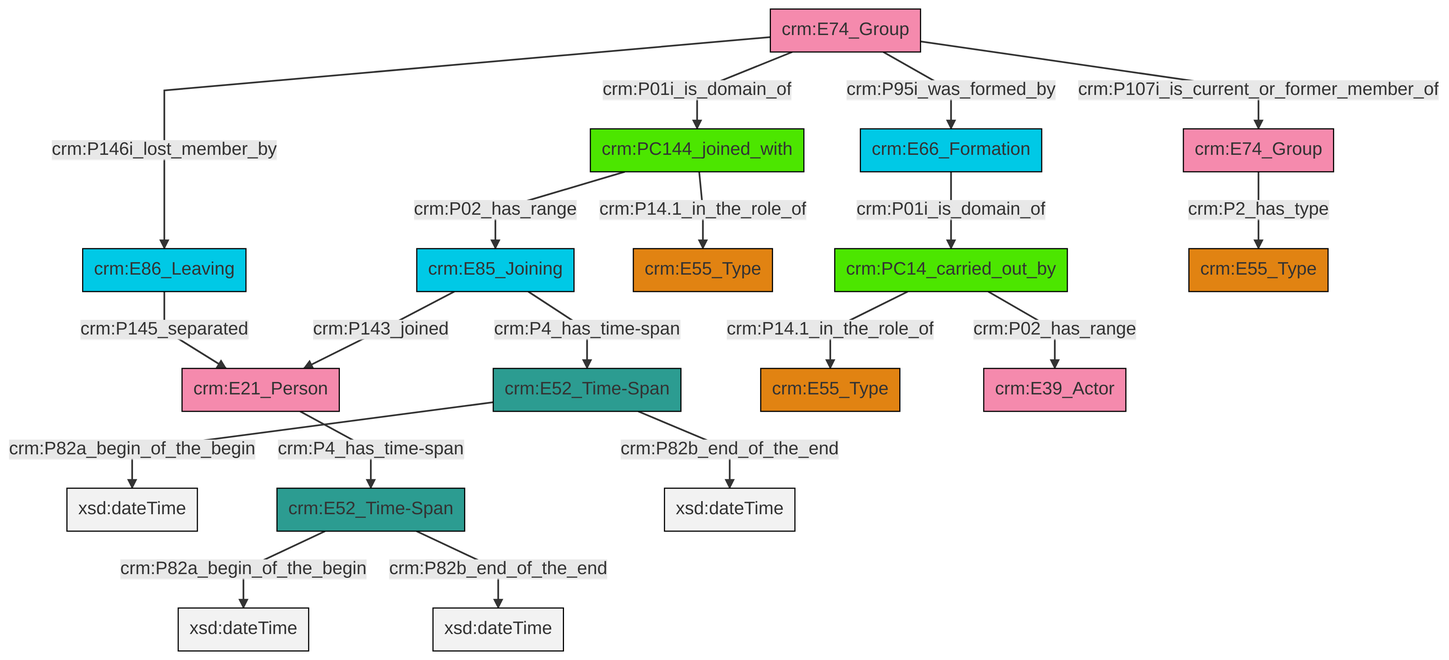
swiss-art-research-net/docs.swissartresearch keeps this Mermaid diagram as et/groupCSV/ttl/mmd/png/group_actor_relations.png. Above is the earlier version. Its source is kept beside it as et/groupCSV/ttl/mmd/group_actor_relations.ttl.mmd.
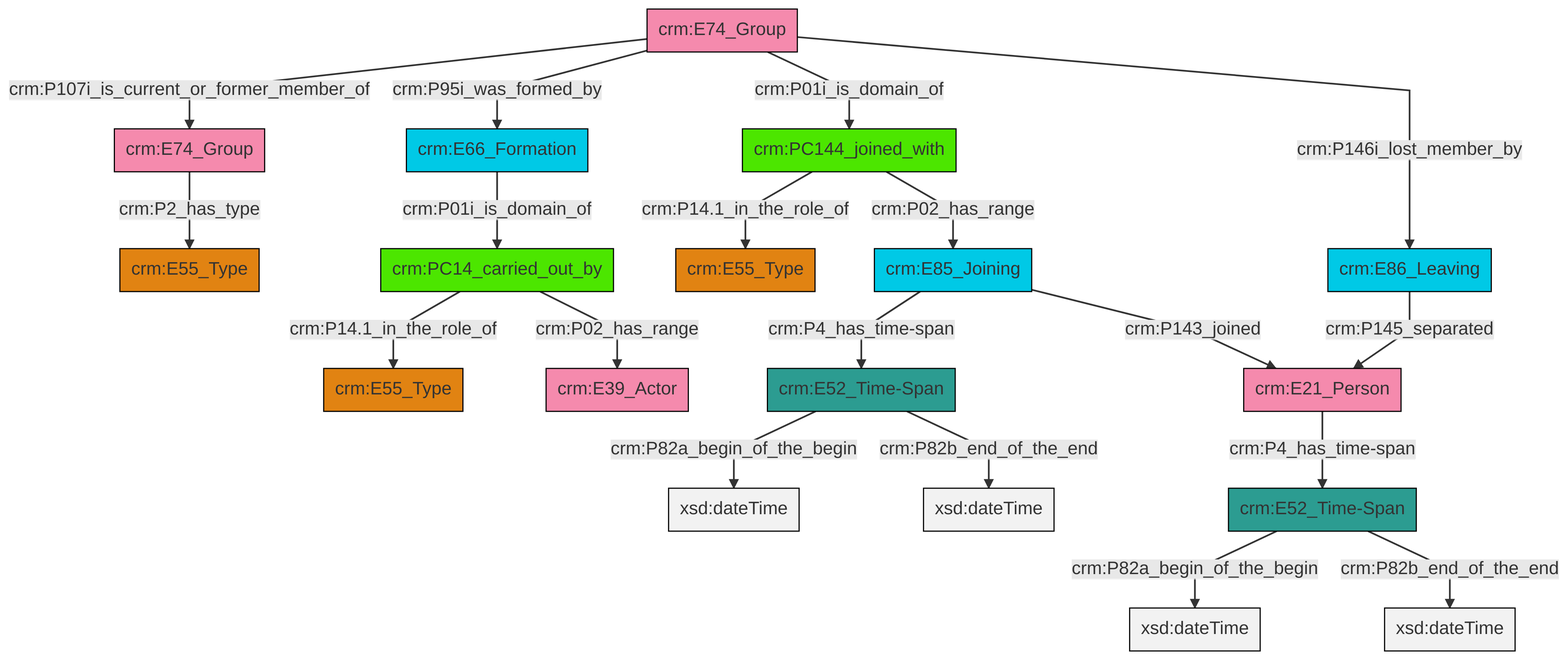
Later version of the same file.

Diff of the diagram source:
```diff
@@ -13,21 +13,21 @@
 classDef PC_Classes fill:#4ce600, stroke:#000000;
 classDef Multi fill:#cccccc,stroke:#000000;
 
-2["crm:E74_Group"]:::Actor -->|crm:P146i_lost_member_by| 3["crm:E86_Leaving"]:::Temporal_Entity
-4["crm:E85_Joining"]:::Temporal_Entity -->|crm:P143_joined| 5["crm:E21_Person"]:::Actor
-12["crm:E74_Group"]:::Actor -->|crm:P2_has_type| 13["crm:E55_Type"]:::Type
-10["crm:PC14_carried_out_by"]:::PC_Classes -->|crm:P02_has_range| 14["crm:E39_Actor"]:::Actor
-3["crm:E86_Leaving"]:::Temporal_Entity -->|crm:P145_separated| 5["crm:E21_Person"]:::Actor
-2["crm:E74_Group"]:::Actor -->|crm:P95i_was_formed_by| 16["crm:E66_Formation"]:::Temporal_Entity
-0["crm:E52_Time-Span"]:::Time-Span -->|crm:P82a_begin_of_the_begin| 21[xsd:dateTime]:::Literal
-2["crm:E74_Group"]:::Actor -->|crm:P01i_is_domain_of| 18["crm:PC144_joined_with"]:::PC_Classes
-23["crm:E52_Time-Span"]:::Time-Span -->|crm:P82a_begin_of_the_begin| 24[xsd:dateTime]:::Literal
-5["crm:E21_Person"]:::Actor -->|crm:P4_has_time-span| 23["crm:E52_Time-Span"]:::Time-Span
-0["crm:E52_Time-Span"]:::Time-Span -->|crm:P82b_end_of_the_end| 25[xsd:dateTime]:::Literal
-23["crm:E52_Time-Span"]:::Time-Span -->|crm:P82b_end_of_the_end| 26[xsd:dateTime]:::Literal
-4["crm:E85_Joining"]:::Temporal_Entity -->|crm:P4_has_time-span| 0["crm:E52_Time-Span"]:::Time-Span
-2["crm:E74_Group"]:::Actor -->|crm:P107i_is_current_or_former_member_of| 12["crm:E74_Group"]:::Actor
-16["crm:E66_Formation"]:::Temporal_Entity -->|crm:P01i_is_domain_of| 10["crm:PC14_carried_out_by"]:::PC_Classes
-18["crm:PC144_joined_with"]:::PC_Classes -->|crm:P14.1_in_the_role_of| 8["crm:E55_Type"]:::Type
-10["crm:PC14_carried_out_by"]:::PC_Classes -->|crm:P14.1_in_the_role_of| 6["crm:E55_Type"]:::Type
-18["crm:PC144_joined_with"]:::PC_Classes -->|crm:P02_has_range| 4["crm:E85_Joining"]:::Temporal_Entity
+2["crm:E86_Leaving"]:::Temporal_Entity -->|crm:P145_separated| 3["crm:E21_Person"]:::Actor
+6["crm:E52_Time-Span"]:::Time-Span -->|crm:P82a_begin_of_the_begin| 7[xsd:dateTime]:::Literal
+8["crm:E66_Formation"]:::Temporal_Entity -->|crm:P01i_is_domain_of| 9["crm:PC14_carried_out_by"]:::PC_Classes
+10["crm:E85_Joining"]:::Temporal_Entity -->|crm:P4_has_time-span| 6["crm:E52_Time-Span"]:::Time-Span
+10["crm:E85_Joining"]:::Temporal_Entity -->|crm:P143_joined| 3["crm:E21_Person"]:::Actor
+0["crm:E74_Group"]:::Actor -->|crm:P107i_is_current_or_former_member_of| 19["crm:E74_Group"]:::Actor
+11["crm:PC144_joined_with"]:::PC_Classes -->|crm:P14.1_in_the_role_of| 4["crm:E55_Type"]:::Type
+19["crm:E74_Group"]:::Actor -->|crm:P2_has_type| 23["crm:E55_Type"]:::Type
+3["crm:E21_Person"]:::Actor -->|crm:P4_has_time-span| 13["crm:E52_Time-Span"]:::Time-Span
+0["crm:E74_Group"]:::Actor -->|crm:P95i_was_formed_by| 8["crm:E66_Formation"]:::Temporal_Entity
+6["crm:E52_Time-Span"]:::Time-Span -->|crm:P82b_end_of_the_end| 26[xsd:dateTime]:::Literal
+9["crm:PC14_carried_out_by"]:::PC_Classes -->|crm:P14.1_in_the_role_of| 15["crm:E55_Type"]:::Type
+13["crm:E52_Time-Span"]:::Time-Span -->|crm:P82a_begin_of_the_begin| 28[xsd:dateTime]:::Literal
+0["crm:E74_Group"]:::Actor -->|crm:P01i_is_domain_of| 11["crm:PC144_joined_with"]:::PC_Classes
+13["crm:E52_Time-Span"]:::Time-Span -->|crm:P82b_end_of_the_end| 32[xsd:dateTime]:::Literal
+9["crm:PC14_carried_out_by"]:::PC_Classes -->|crm:P02_has_range| 17["crm:E39_Actor"]:::Actor
+0["crm:E74_Group"]:::Actor -->|crm:P146i_lost_member_by| 2["crm:E86_Leaving"]:::Temporal_Entity
+11["crm:PC144_joined_with"]:::PC_Classes -->|crm:P02_has_range| 10["crm:E85_Joining"]:::Temporal_Entity
```
